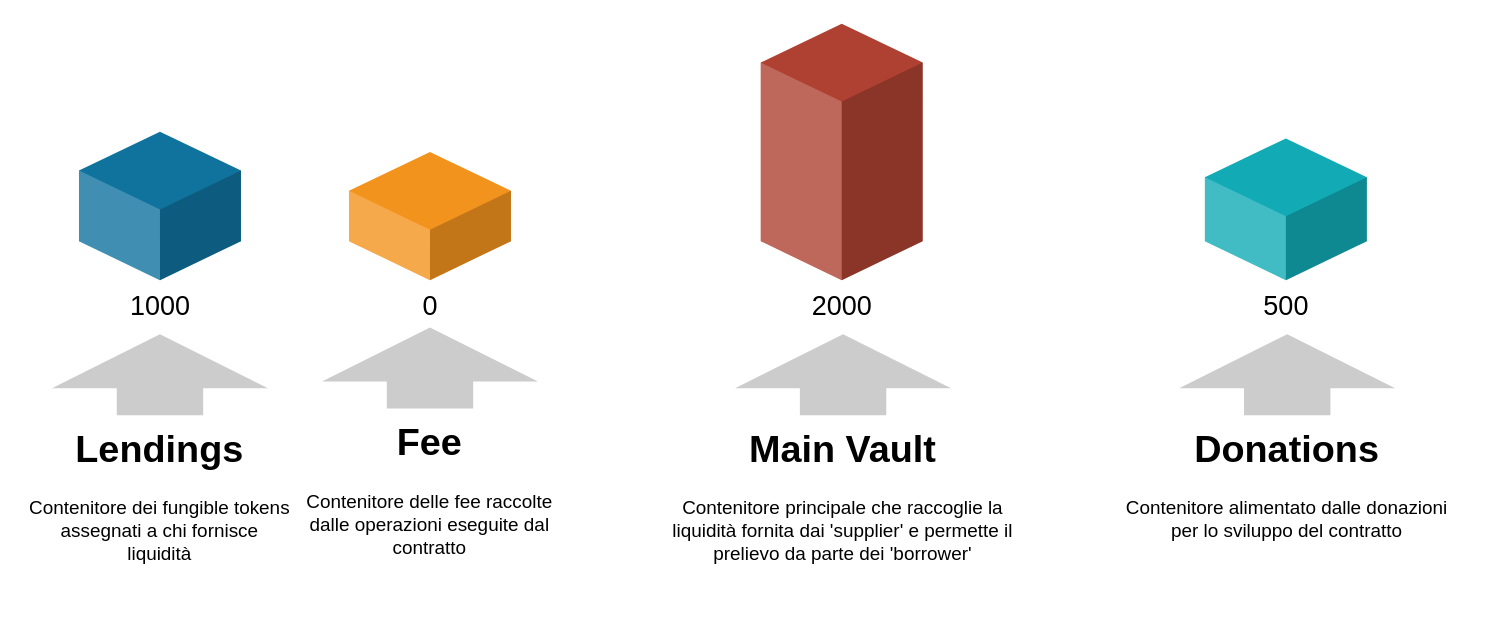
The draw.io diagram architecture/Data.drawio in Leonets/LendingDApp, before the edit. Source tidied: cells renumbered, new cells numbered last; positions are measured from the earlier drawing's top-left corner, leaving out a move shared by most shapes. Both pictures are drawn from the tidied source at 135%, with x=0, y=0 at pixel (23, 23).
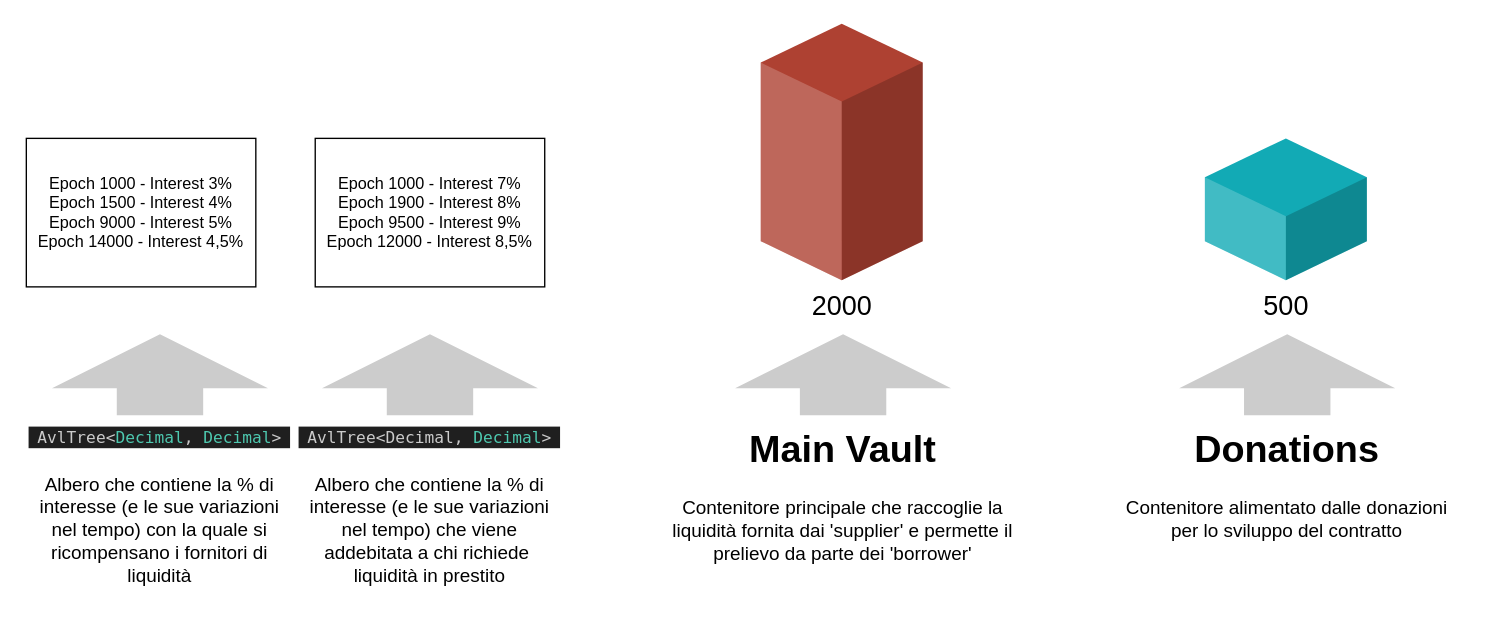
The same diagram, later.

Diff of the diagram source:
```diff
@@
 <mxGraphModel>
   <root>
     <mxCell id="0" />
     <mxCell id="1" parent="0" />
     <mxCell id="2" style="html=1;shadow=0;dashed=0;align=center;verticalAlign=middle;shape=mxgraph.arrows2.arrow;dy=0.6;dx=40;direction=north;notch=0;strokeWidth=2;fillColor=#CCCCCC;fontSize=14;fontColor=#000000;strokeColor=none;" parent="1" vertex="1">
       <mxGeometry x="21" y="230" width="160" height="60" as="geometry" />
     </mxCell>
-    <mxCell id="3" value="1000" style="verticalLabelPosition=bottom;verticalAlign=top;html=1;shape=mxgraph.infographic.shadedCube;isoAngle=15;fillColor=#10739E;strokeColor=none;fontFamily=Helvetica;fontSize=20;align=center;strokeWidth=2;" parent="1" vertex="1">
-      <mxGeometry x="41" y="80" width="120" height="110" as="geometry" />
-    </mxCell>
-    <mxCell id="4" value="0" style="verticalLabelPosition=bottom;verticalAlign=top;html=1;shape=mxgraph.infographic.shadedCube;isoAngle=15;fillColor=#F2931E;strokeColor=none;fontFamily=Helvetica;fontSize=20;align=center;strokeWidth=2;" parent="1" vertex="1">
-      <mxGeometry x="241" y="95" width="120" height="95" as="geometry" />
-    </mxCell>
     <mxCell id="5" value="2000" style="verticalLabelPosition=bottom;verticalAlign=top;html=1;shape=mxgraph.infographic.shadedCube;isoAngle=15;fillColor=#AE4132;strokeColor=none;fontFamily=Helvetica;fontSize=20;align=center;strokeWidth=2;" parent="1" vertex="1">
       <mxGeometry x="546" width="120" height="190" as="geometry" />
     </mxCell>
     <mxCell id="6" value="500" style="verticalLabelPosition=bottom;verticalAlign=top;html=1;shape=mxgraph.infographic.shadedCube;isoAngle=15;fillColor=#12AAB5;strokeColor=none;fontFamily=Helvetica;fontSize=20;align=center;strokeWidth=2;" parent="1" vertex="1">
       <mxGeometry x="875" y="85" width="120" height="105" as="geometry" />
     </mxCell>
-    <mxCell id="7" value="&lt;h1&gt;&lt;span style=&quot;background-color: initial;&quot;&gt;Lendings&lt;/span&gt;&lt;br&gt;&lt;/h1&gt;&lt;div&gt;&lt;span style=&quot;background-color: initial;&quot;&gt;Contenitore dei fungible tokens assegnati a chi fornisce liquidità&lt;/span&gt;&lt;/div&gt;" style="text;html=1;spacing=5;spacingTop=-20;whiteSpace=wrap;overflow=hidden;strokeWidth=2;fillColor=none;gradientColor=none;fontSize=14;align=center;" parent="1" vertex="1">
+    <mxCell id="7" value="&lt;h1&gt;&lt;div style=&quot;color: rgb(204, 204, 204); background-color: rgb(31, 31, 31); font-family: &amp;quot;Droid Sans Mono&amp;quot;, &amp;quot;monospace&amp;quot;, monospace; font-weight: normal; font-size: 12px; line-height: 16px;&quot;&gt;AvlTree&amp;lt;&lt;span style=&quot;color: #4ec9b0;&quot;&gt;Decimal&lt;/span&gt;, &lt;span style=&quot;color: #4ec9b0;&quot;&gt;Decimal&lt;/span&gt;&amp;gt;&lt;/div&gt;&lt;/h1&gt;&lt;div&gt;&lt;span style=&quot;background-color: initial;&quot;&gt;Albero che contiene la % di interesse (e le sue variazioni nel tempo) con la quale si ricompensano i fornitori di liquidità&lt;/span&gt;&lt;/div&gt;" style="text;html=1;spacing=5;spacingTop=-20;whiteSpace=wrap;overflow=hidden;strokeWidth=2;fillColor=none;gradientColor=none;fontSize=14;align=center;" parent="1" vertex="1">
       <mxGeometry y="290" width="202" height="140" as="geometry" />
     </mxCell>
     <mxCell id="8" value="&lt;h1&gt;Main Vault&lt;/h1&gt;&lt;p&gt;Contenitore principale che raccoglie la liquidità fornita dai 'supplier' e permette il prelievo da parte dei 'borrower'&lt;/p&gt;" style="text;html=1;spacing=5;spacingTop=-20;whiteSpace=wrap;overflow=hidden;strokeWidth=2;fillColor=none;gradientColor=none;fontSize=14;align=center;" parent="1" vertex="1">
       <mxGeometry x="472" y="290" width="270" height="140" as="geometry" />
     </mxCell>
     <mxCell id="9" value="&lt;h1&gt;Donations&lt;/h1&gt;&lt;p&gt;Contenitore alimentato dalle donazioni per lo sviluppo del contratto&lt;/p&gt;" style="text;html=1;spacing=5;spacingTop=-20;whiteSpace=wrap;overflow=hidden;strokeWidth=2;fillColor=none;gradientColor=none;fontSize=14;align=center;" parent="1" vertex="1">
       <mxGeometry x="801" y="290" width="270" height="140" as="geometry" />
     </mxCell>
     <mxCell id="10" style="html=1;shadow=0;dashed=0;align=center;verticalAlign=middle;shape=mxgraph.arrows2.arrow;dy=0.6;dx=40;direction=north;notch=0;strokeWidth=2;fillColor=#CCCCCC;fontSize=14;fontColor=#000000;strokeColor=none;" parent="1" vertex="1">
       <mxGeometry x="527" y="230" width="160" height="60" as="geometry" />
     </mxCell>
     <mxCell id="11" style="html=1;shadow=0;dashed=0;align=center;verticalAlign=middle;shape=mxgraph.arrows2.arrow;dy=0.6;dx=40;direction=north;notch=0;strokeWidth=2;fillColor=#CCCCCC;fontSize=14;fontColor=#000000;strokeColor=none;" parent="1" vertex="1">
       <mxGeometry x="856" y="230" width="160" height="60" as="geometry" />
     </mxCell>
     <mxCell id="12" style="html=1;shadow=0;dashed=0;align=center;verticalAlign=middle;shape=mxgraph.arrows2.arrow;dy=0.6;dx=40;direction=north;notch=0;strokeWidth=2;fillColor=#CCCCCC;fontSize=14;fontColor=#000000;strokeColor=none;" parent="1" vertex="1">
-      <mxGeometry x="221" y="225" width="160" height="60" as="geometry" />
+      <mxGeometry x="221" y="230" width="160" height="60" as="geometry" />
     </mxCell>
-    <mxCell id="13" value="&lt;h1&gt;&lt;span style=&quot;background-color: initial;&quot;&gt;Fee&lt;/span&gt;&lt;br&gt;&lt;/h1&gt;&lt;div&gt;&lt;span style=&quot;background-color: initial;&quot;&gt;Contenitore delle fee raccolte dalle operazioni eseguite dal contratto&lt;/span&gt;&lt;/div&gt;" style="text;html=1;spacing=5;spacingTop=-20;whiteSpace=wrap;overflow=hidden;strokeWidth=2;fillColor=none;gradientColor=none;fontSize=14;align=center;" parent="1" vertex="1">
-      <mxGeometry x="200" y="285" width="202" height="140" as="geometry" />
+    <mxCell id="13" value="&lt;h1 style=&quot;border-color: var(--border-color);&quot;&gt;&lt;div style=&quot;border-color: var(--border-color); color: rgb(204, 204, 204); background-color: rgb(31, 31, 31); font-family: &amp;quot;Droid Sans Mono&amp;quot;, &amp;quot;monospace&amp;quot;, monospace; font-weight: normal; font-size: 12px; line-height: 16px;&quot;&gt;AvlTree&amp;lt;Decimal,&amp;nbsp;&lt;span style=&quot;border-color: var(--border-color); color: rgb(78, 201, 176);&quot;&gt;Decimal&lt;/span&gt;&amp;gt;&lt;/div&gt;&lt;/h1&gt;&lt;h1&gt;&lt;div style=&quot;border-color: var(--border-color); font-size: 14px; font-weight: 400;&quot;&gt;&lt;span style=&quot;border-color: var(--border-color); background-color: initial;&quot;&gt;Albero che contiene la % di interesse (e le sue variazioni nel tempo) che viene addebitata a chi richiede&amp;nbsp; liquidità in prestito&lt;/span&gt;&lt;/div&gt;&lt;/h1&gt;" style="text;html=1;spacing=5;spacingTop=-20;whiteSpace=wrap;overflow=hidden;strokeWidth=2;fillColor=none;gradientColor=none;fontSize=14;align=center;" parent="1" vertex="1">
+      <mxGeometry x="200" y="290" width="202" height="140" as="geometry" />
     </mxCell>
+    <mxCell id="14" value="Epoch 1000 - Interest 3%&lt;br&gt;Epoch 1500 - Interest 4%&lt;br&gt;Epoch 9000 - Interest 5%&lt;br&gt;Epoch 14000 - Interest 4,5%" style="rounded=0;whiteSpace=wrap;html=1;" parent="1" vertex="1">
+      <mxGeometry x="2" y="85" width="170" height="110" as="geometry" />
+    </mxCell>
+    <mxCell id="15" value="Epoch 1000 - Interest 7%&lt;br&gt;Epoch 1900 - Interest 8%&lt;br&gt;Epoch 9500 - Interest 9%&lt;br&gt;Epoch 12000 - Interest 8,5%" style="rounded=0;whiteSpace=wrap;html=1;" parent="1" vertex="1">
+      <mxGeometry x="216" y="85" width="170" height="110" as="geometry" />
+    </mxCell>
   </root>
 </mxGraphModel>
```
